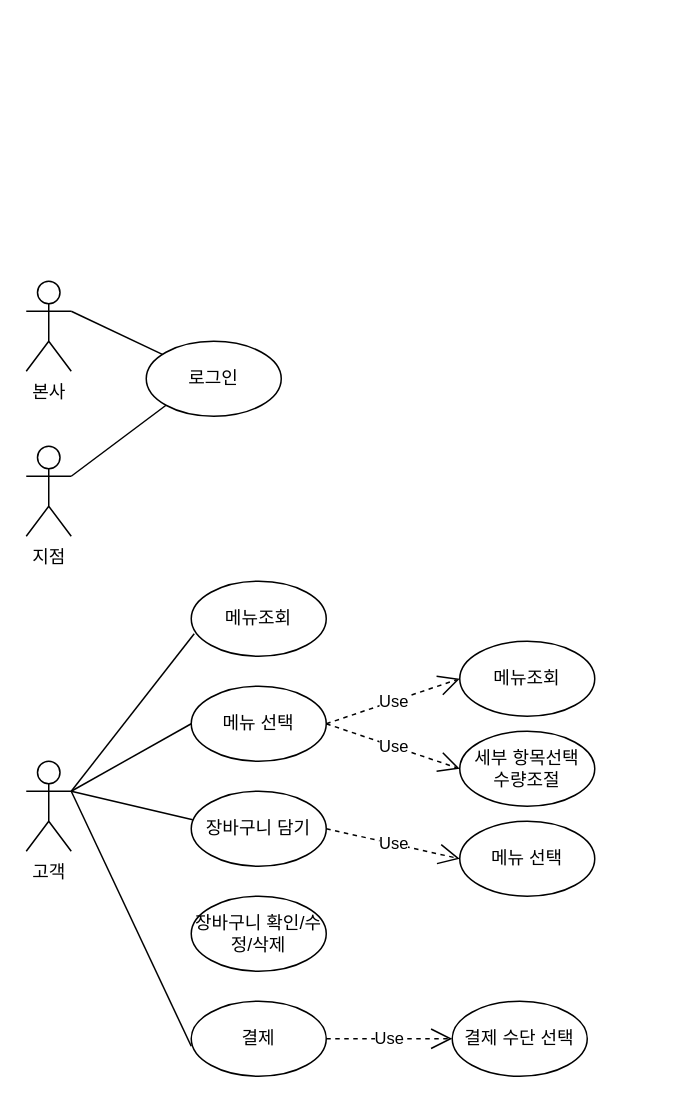
soboru3426/kiosk_FE keeps this draw.io diagram as 제목 없는 다이어그램.drawio. Above is the earlier version. Source tidied: cells renumbered, new cells numbered last; positions are measured from the earlier drawing's top-left corner, leaving out a move shared by most shapes. Both pictures are drawn from the tidied source at 150%, with x=0, y=0 at pixel (26, 280).
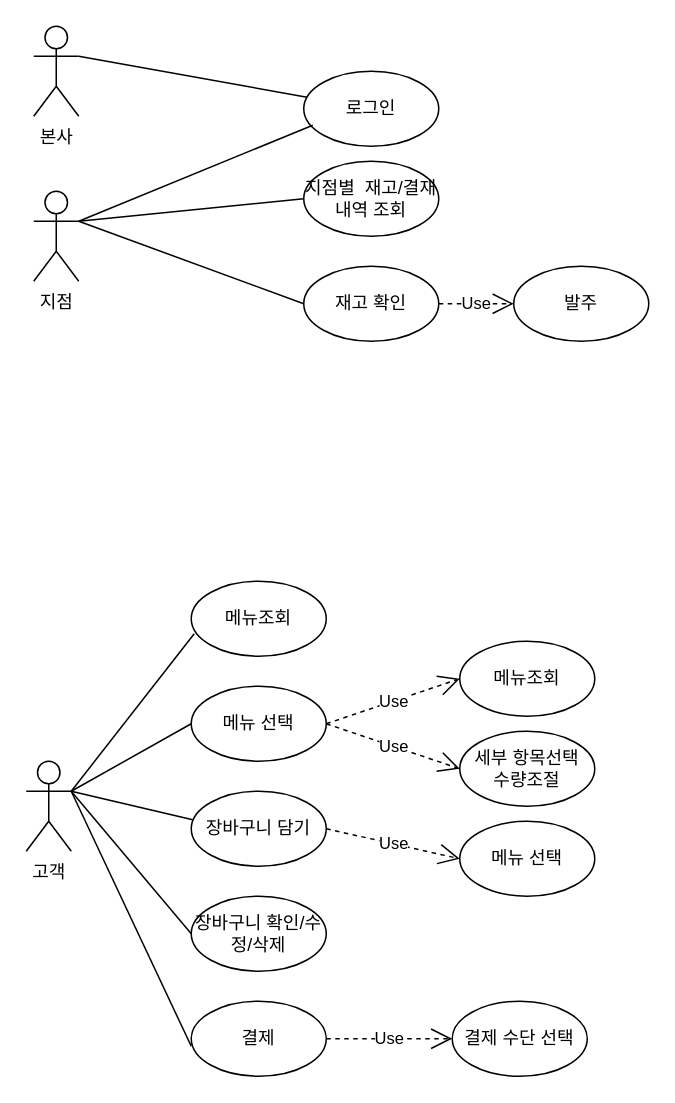
After the change.

Commit message:
kiosk 유스케이스

The change refers to these unchanged cells:
```xml
<mxCell id="4" value="고객" style="shape=umlActor;verticalLabelPosition=bottom;verticalAlign=top;html=1;outlineConnect=0;" parent="1" vertex="1">
  <mxGeometry y="320" width="30" height="60" as="geometry" />
</mxCell>
<mxCell id="13" value="결제" style="ellipse;whiteSpace=wrap;html=1;" parent="1" vertex="1">
  <mxGeometry x="110" y="480" width="90" height="50" as="geometry" />
</mxCell>
<mxCell id="24" value="장바구니 확인/수정/삭제" style="ellipse;whiteSpace=wrap;html=1;" parent="1" vertex="1">
  <mxGeometry x="110" y="410" width="90" height="50" as="geometry" />
</mxCell>
```

The edit, as a diff of the source:
```diff
@@
     <mxCell id="2" value="본사" style="shape=umlActor;verticalLabelPosition=bottom;verticalAlign=top;html=1;outlineConnect=0;" parent="1" vertex="1">
-      <mxGeometry width="30" height="60" as="geometry" />
+      <mxGeometry x="5" y="-170" width="30" height="60" as="geometry" />
     </mxCell>
     <mxCell id="3" value="지점" style="shape=umlActor;verticalLabelPosition=bottom;verticalAlign=top;html=1;outlineConnect=0;" parent="1" vertex="1">
-      <mxGeometry y="110" width="30" height="60" as="geometry" />
+      <mxGeometry x="5" y="-60" width="30" height="60" as="geometry" />
     </mxCell>
@@
     <mxCell id="5" value="로그인" style="ellipse;whiteSpace=wrap;html=1;" parent="1" vertex="1">
-      <mxGeometry x="80" y="40" width="90" height="50" as="geometry" />
+      <mxGeometry x="185" y="-140" width="90" height="50" as="geometry" />
     </mxCell>
@@
-    <mxCell id="7" style="endArrow=none;html=1;rounded=0;exitX=1;exitY=0.3333333333333333;exitDx=0;exitDy=0;exitPerimeter=0;entryX=0;entryY=1;entryDx=0;entryDy=0;" parent="1" edge="1" source="3" target="5">
+    <mxCell id="7" style="endArrow=none;html=1;rounded=0;exitX=1;exitY=0.3333333333333333;exitDx=0;exitDy=0;exitPerimeter=0;entryX=0.067;entryY=0.72;entryDx=0;entryDy=0;entryPerimeter=0;" parent="1" edge="1" source="3" target="5">
       <mxGeometry relative="1" as="geometry" />
     </mxCell>
@@
-    <mxCell id="15" style="endArrow=none;html=1;rounded=0;exitX=0;exitY=0.6;exitDx=0;exitDy=0;exitPerimeter=0;" parent="1" edge="1" source="13">
-      <mxGeometry relative="1" as="geometry">
-        <mxPoint x="30" y="340" as="targetPoint" />
-      </mxGeometry>
+    <mxCell id="15" style="endArrow=none;html=1;rounded=0;exitX=0;exitY=0.6;exitDx=0;exitDy=0;exitPerimeter=0;entryX=1;entryY=0.3333333333333333;entryDx=0;entryDy=0;entryPerimeter=0;" parent="1" edge="1" source="13" target="4">
+      <mxGeometry relative="1" as="geometry" />
     </mxCell>
@@
+    <mxCell id="25" style="endArrow=none;html=1;rounded=0;exitX=1;exitY=0.3333333333333333;exitDx=0;exitDy=0;exitPerimeter=0;entryX=0;entryY=0.5;entryDx=0;entryDy=0;" parent="1" edge="1" source="4" target="24">
+      <mxGeometry relative="1" as="geometry" />
+    </mxCell>
+    <mxCell id="26" value="재고 확인" style="ellipse;whiteSpace=wrap;html=1;" parent="1" vertex="1">
+      <mxGeometry x="185" y="-10" width="90" height="50" as="geometry" />
+    </mxCell>
+    <mxCell id="27" value="발주" style="ellipse;whiteSpace=wrap;html=1;" parent="1" vertex="1">
+      <mxGeometry x="325" y="-10" width="90" height="50" as="geometry" />
+    </mxCell>
+    <mxCell id="28" value="지점별&amp;nbsp; 재고/결재 내역 조회" style="ellipse;whiteSpace=wrap;html=1;" parent="1" vertex="1">
+      <mxGeometry x="185" y="-80" width="90" height="50" as="geometry" />
+    </mxCell>
+    <mxCell id="29" value="Use" style="endArrow=open;endSize=12;dashed=1;html=1;rounded=0;entryX=0;entryY=0.5;entryDx=0;entryDy=0;exitX=1;exitY=0.5;exitDx=0;exitDy=0;" parent="1" edge="1" source="26" target="27">
+      <mxGeometry relative="1" as="geometry" />
+    </mxCell>
+    <mxCell id="30" style="endArrow=none;html=1;rounded=0;exitX=1;exitY=0.3333333333333333;exitDx=0;exitDy=0;exitPerimeter=0;entryX=0;entryY=0.5;entryDx=0;entryDy=0;" parent="1" edge="1" source="3" target="28">
+      <mxGeometry relative="1" as="geometry" />
+    </mxCell>
+    <mxCell id="31" style="endArrow=none;html=1;rounded=0;exitX=1;exitY=0.3333333333333333;exitDx=0;exitDy=0;exitPerimeter=0;entryX=0;entryY=0.5;entryDx=0;entryDy=0;" parent="1" edge="1" source="3" target="26">
+      <mxGeometry relative="1" as="geometry" />
+    </mxCell>
```
